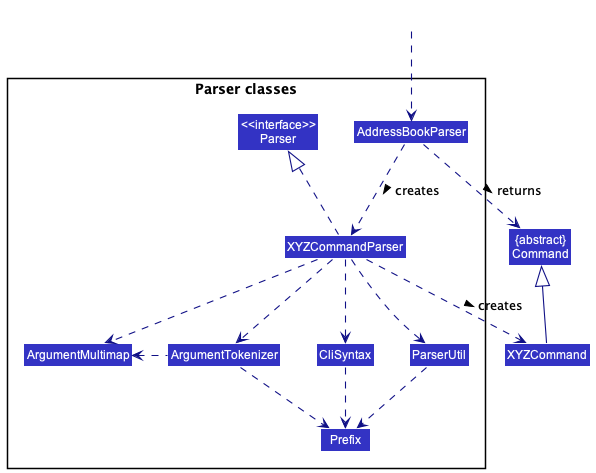
The PlantUML diagram docs/images/ParserClasses.png in nus-cs2103-AY2223S1/tp, before a commit.
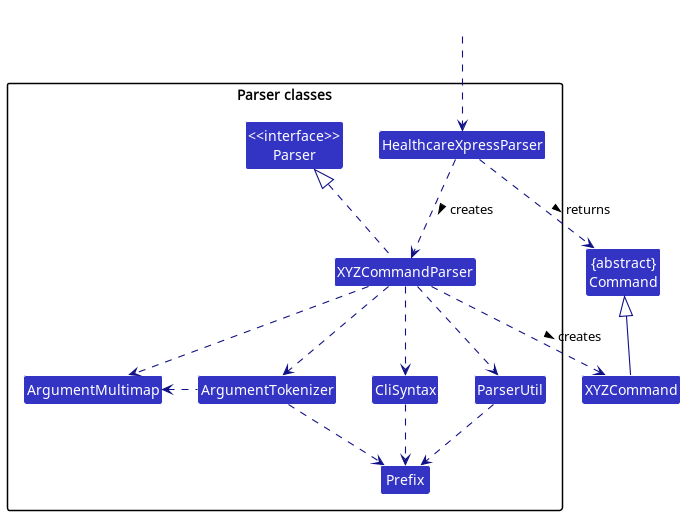
The same diagram one commit later.

What changed in the source:
```diff
@@ -9,7 +9,7 @@
 
 package "Parser classes"{
 Class "<<interface>>\nParser" as Parser
-Class AddressBookParser
+Class HealthcareXpressParser
 Class XYZCommandParser
 Class CliSyntax
 Class ParserUtil
@@ -19,12 +19,12 @@
 }
 
 Class HiddenOutside #FFFFFF
-HiddenOutside ..> AddressBookParser
+HiddenOutside ..> HealthcareXpressParser
 
-AddressBookParser .down.> XYZCommandParser: creates >
+HealthcareXpressParser .down.> XYZCommandParser: creates >
 
 XYZCommandParser ..> XYZCommand : creates >
-AddressBookParser ..> Command : returns >
+HealthcareXpressParser ..> Command : returns >
 XYZCommandParser .up.|> Parser
 XYZCommandParser ..> ArgumentMultimap
 XYZCommandParser ..> ArgumentTokenizer
```
